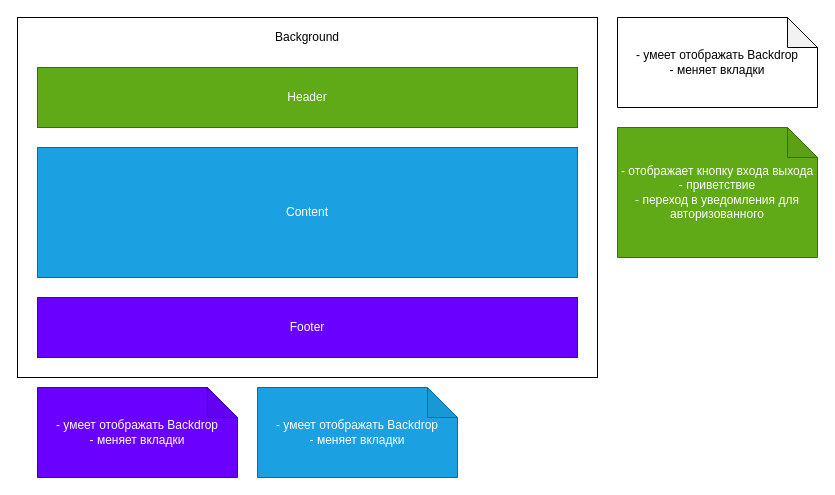
EugeneMalin/bookme keeps this draw.io diagram as page "Page-2" (2 of 2) of classes.drawio. Above is the earlier version. Source tidied: cells renumbered, new cells numbered last; positions are measured from the earlier drawing's top-left corner, leaving out a move shared by most shapes. Both pictures are drawn from the tidied source at 100%, with x=0, y=0 at pixel (17, 17).
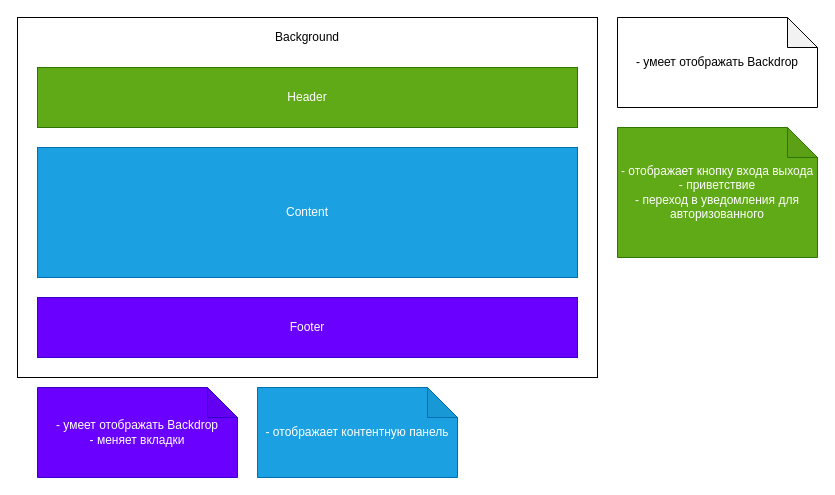
The same page after the edit.

Commit message (it also covers changes not shown here):
Add background and correct roles

What changed in the source:
```diff
@@
 <mxGraphModel>
   <root>
     <mxCell id="0" />
     <mxCell id="1" parent="0" />
     <mxCell id="2" style="rounded=0;whiteSpace=wrap;html=1;" parent="1" vertex="1">
       <mxGeometry width="580" height="360" as="geometry" />
     </mxCell>
     <mxCell id="3" value="Background" style="text;html=1;strokeColor=none;fillColor=none;align=center;verticalAlign=middle;whiteSpace=wrap;rounded=0;" parent="1" vertex="1">
       <mxGeometry y="10" width="580" height="20" as="geometry" />
     </mxCell>
-    <mxCell id="4" value="- умеет отображать Backdrop&lt;br&gt;- меняет вкладки&lt;br&gt;" style="shape=note;whiteSpace=wrap;html=1;backgroundOutline=1;darkOpacity=0.05;fillColor=#1ba1e2;strokeColor=#006EAF;fontColor=#ffffff;" parent="1" vertex="1">
+    <mxCell id="4" value="- отображает контентную панель" style="shape=note;whiteSpace=wrap;html=1;backgroundOutline=1;darkOpacity=0.05;fillColor=#1ba1e2;strokeColor=#006EAF;fontColor=#ffffff;" parent="1" vertex="1">
       <mxGeometry x="240" y="370" width="200" height="90" as="geometry" />
     </mxCell>
     <mxCell id="5" value="Header" style="rounded=0;whiteSpace=wrap;html=1;fillColor=#60a917;strokeColor=#2D7600;fontColor=#ffffff;" parent="1" vertex="1">
       <mxGeometry x="20" y="50" width="540" height="60" as="geometry" />
     </mxCell>
     <mxCell id="6" value="Content" style="rounded=0;whiteSpace=wrap;html=1;fillColor=#1ba1e2;strokeColor=#006EAF;fontColor=#ffffff;" parent="1" vertex="1">
       <mxGeometry x="20" y="130" width="540" height="130" as="geometry" />
     </mxCell>
     <mxCell id="7" value="Footer" style="rounded=0;whiteSpace=wrap;html=1;fillColor=#6a00ff;strokeColor=#3700CC;fontColor=#ffffff;" parent="1" vertex="1">
       <mxGeometry x="20" y="280" width="540" height="60" as="geometry" />
     </mxCell>
     <mxCell id="8" value="- отображает кнопку входа выхода&lt;br&gt;- приветствие&lt;br&gt;- переход в уведомления для авторизованного" style="shape=note;whiteSpace=wrap;html=1;backgroundOutline=1;darkOpacity=0.05;fillColor=#60a917;strokeColor=#2D7600;fontColor=#ffffff;" parent="1" vertex="1">
       <mxGeometry x="600" y="110" width="200" height="130" as="geometry" />
     </mxCell>
-    <mxCell id="9" value="- умеет отображать Backdrop&lt;br&gt;- меняет вкладки&lt;br&gt;" style="shape=note;whiteSpace=wrap;html=1;backgroundOutline=1;darkOpacity=0.05;" parent="1" vertex="1">
+    <mxCell id="9" value="- умеет отображать Backdrop&lt;br&gt;" style="shape=note;whiteSpace=wrap;html=1;backgroundOutline=1;darkOpacity=0.05;" parent="1" vertex="1">
       <mxGeometry x="600" width="200" height="90" as="geometry" />
     </mxCell>
     <mxCell id="10" value="- умеет отображать Backdrop&lt;br&gt;- меняет вкладки&lt;br&gt;" style="shape=note;whiteSpace=wrap;html=1;backgroundOutline=1;darkOpacity=0.05;fillColor=#6a00ff;strokeColor=#3700CC;fontColor=#ffffff;" parent="1" vertex="1">
       <mxGeometry x="20" y="370" width="200" height="90" as="geometry" />
     </mxCell>
   </root>
 </mxGraphModel>
```
